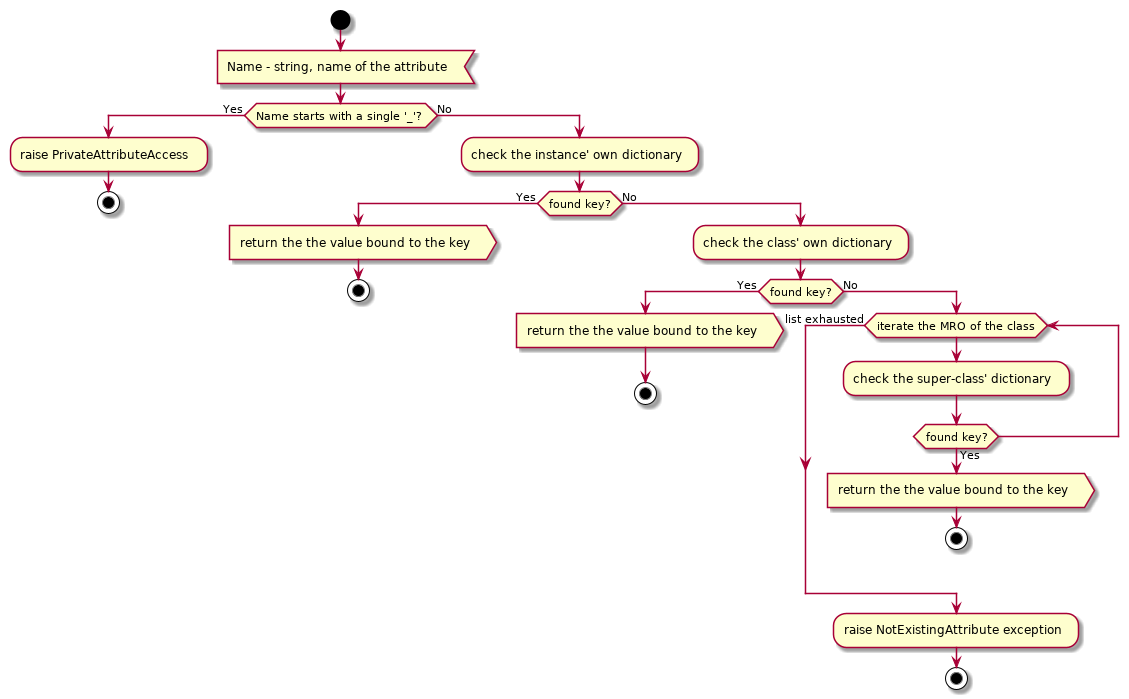
Earlier version of the PlantUML export docs/UML/design/protected_instance_getattr.png (FooBarShebang/libencapsulation). The source it was exported from:
```plantuml
@startuml protected_instance_getattr

start

:Name - string, name of the attribute<

if (Name starts with a single '_'?) then (Yes)
    :raise PrivateAttributeAccess;

    stop
else (No)
    :check the instance' own dictionary;

    if (found key?) then (Yes)
        :return the the value bound to the key>

        stop
    else (No)
        :check the class' own dictionary;

        if (found key?) then (Yes)
            :return the the value bound to the key>

            stop
        else (No)
            while (iterate the MRO of the class)
                :check the super-class' dictionary;

                if (found key?) then (Yes)
                    :return the the value bound to the key>

                    stop
                endif
            end while (list exhausted)

            :raise NotExistingAttribute exception;

            stop
        endif
    endif
endif

@enduml
```
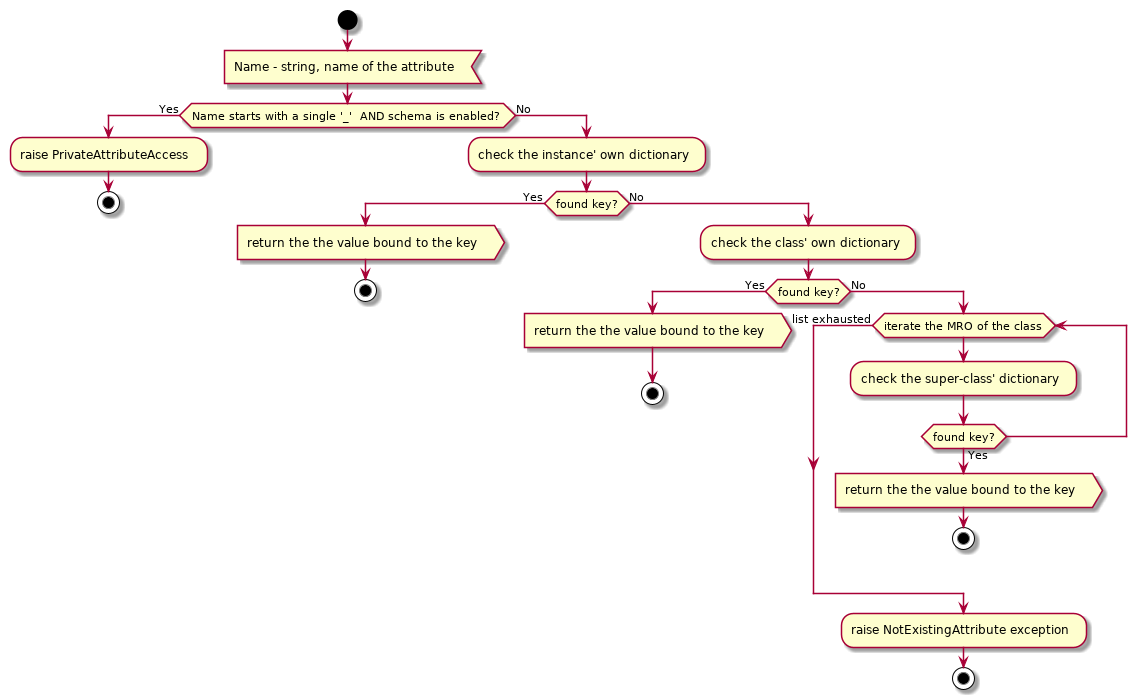
The same file after the commit.

The edit, as a diff of the source:
```diff
@@ -4,7 +4,7 @@
 
 :Name - string, name of the attribute<
 
-if (Name starts with a single '_'?) then (Yes)
+if (Name starts with a single '_'  AND schema is enabled?) then (Yes)
     :raise PrivateAttributeAccess;
 
     stop
```
